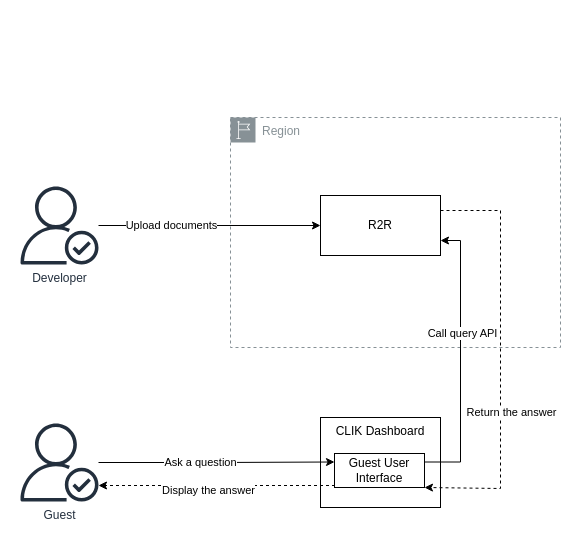
Above: page "Page-1" (1 of 5) of Help Center Buddy.drawio in yaohuiwu/SimpleFS (draw.io), before the change. Source tidied: cells renumbered, new cells numbered last; positions are measured from the earlier drawing's top-left corner, leaving out a move shared by most shapes. Both pictures are drawn from the tidied source at 100%, with x=0, y=0 at pixel (20, 117).
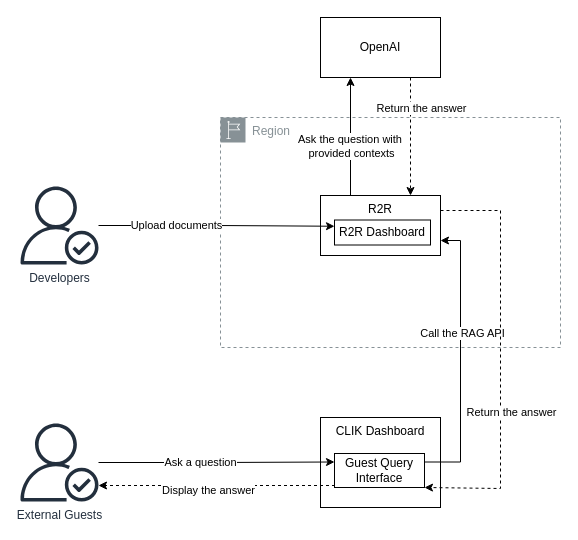
The same diagram, later.

The change refers to these unchanged cells:
```xml
<mxCell id="13" style="edgeStyle=orthogonalEdgeStyle;rounded=0;jettySize=auto;html=1;exitX=1;exitY=0.25;exitDx=0;exitDy=0;entryX=1;entryY=0.75;entryDx=0;entryDy=0;" parent="1" edge="1" source="15" target="3">
  <mxGeometry relative="1" as="geometry" />
</mxCell>
```

The edit, as a diff of the source:
```diff
@@
     <mxCell id="2" value="Region" style="sketch=0;gradientColor=none;html=1;whiteSpace=wrap;fontSize=12;fontStyle=0;shape=mxgraph.aws4.group;grIcon=mxgraph.aws4.group_region;strokeColor=#879196;fillColor=none;verticalAlign=top;align=left;spacingLeft=30;fontColor=#879196;dashed=1;" parent="1" vertex="1">
-      <mxGeometry x="210" width="330" height="230" as="geometry" />
+      <mxGeometry x="200" width="340" height="230" as="geometry" />
     </mxCell>
+    <mxCell id="18" style="edgeStyle=orthogonalEdgeStyle;rounded=0;jettySize=auto;html=1;exitX=0.25;exitY=0;exitDx=0;exitDy=0;entryX=0.25;entryY=1;entryDx=0;entryDy=0;" parent="1" edge="1" source="3" target="22">
+      <mxGeometry relative="1" as="geometry" />
+    </mxCell>
+    <mxCell id="19" value="Ask the question with&amp;nbsp;&lt;div&gt;provided contexts&lt;/div&gt;" style="edgeLabel;html=1;align=center;verticalAlign=middle;" parent="18" vertex="1">
+      <mxGeometry x="-0.15" relative="1" as="geometry" />
+    </mxCell>
-    <mxCell id="3" value="R2R" style="rounded=0;whiteSpace=wrap;html=1;verticalAlign=middle;" parent="1" vertex="1">
+    <mxCell id="3" value="R2R" style="rounded=0;whiteSpace=wrap;html=1;verticalAlign=top;" parent="1" vertex="1">
       <mxGeometry x="300" y="78" width="120" height="60" as="geometry" />
     </mxCell>
@@
-    <mxCell id="7" style="edgeStyle=orthogonalEdgeStyle;rounded=0;jettySize=auto;html=1;entryX=0;entryY=0.5;entryDx=0;entryDy=0;" parent="1" edge="1" source="9" target="3">
+    <mxCell id="7" style="edgeStyle=orthogonalEdgeStyle;rounded=0;jettySize=auto;html=1;entryX=0;entryY=0.25;entryDx=0;entryDy=0;" parent="1" edge="1" source="9" target="23">
       <mxGeometry relative="1" as="geometry" />
     </mxCell>
@@
-    <mxCell id="9" value="Developer" style="sketch=0;outlineConnect=0;fontColor=#232F3E;gradientColor=none;fillColor=#232F3D;strokeColor=none;dashed=0;verticalLabelPosition=bottom;verticalAlign=top;align=center;html=1;fontSize=12;fontStyle=0;shape=mxgraph.aws4.authenticated_user;" parent="1" vertex="1">
+    <mxCell id="9" value="Developers" style="sketch=0;outlineConnect=0;fontColor=#232F3E;gradientColor=none;fillColor=#232F3D;strokeColor=none;dashed=0;verticalLabelPosition=bottom;verticalAlign=top;align=center;html=1;fontSize=12;fontStyle=0;shape=mxgraph.aws4.authenticated_user;" parent="1" vertex="1">
       <mxGeometry y="69" width="78" height="78" as="geometry" />
     </mxCell>
@@
-    <mxCell id="12" value="Guest" style="sketch=0;outlineConnect=0;fontColor=#232F3E;gradientColor=none;fillColor=#232F3D;strokeColor=none;dashed=0;verticalLabelPosition=bottom;verticalAlign=top;align=center;html=1;fontSize=12;fontStyle=0;shape=mxgraph.aws4.authenticated_user;" parent="1" vertex="1">
+    <mxCell id="12" value="External Guests" style="sketch=0;outlineConnect=0;fontColor=#232F3E;gradientColor=none;fillColor=#232F3D;strokeColor=none;dashed=0;verticalLabelPosition=bottom;verticalAlign=top;align=center;html=1;fontSize=12;fontStyle=0;shape=mxgraph.aws4.authenticated_user;" parent="1" vertex="1">
       <mxGeometry y="306" width="78" height="78" as="geometry" />
     </mxCell>
@@
-    <mxCell id="14" value="Call query API" style="edgeLabel;html=1;align=center;verticalAlign=middle;" parent="13" vertex="1">
+    <mxCell id="14" value="Call the RAG API" style="edgeLabel;html=1;align=center;verticalAlign=middle;" parent="13" vertex="1">
       <mxGeometry x="0.19" y="-1" relative="1" as="geometry" />
     </mxCell>
-    <mxCell id="15" value="Guest User Interface" style="rounded=0;whiteSpace=wrap;html=1;" parent="1" vertex="1">
+    <mxCell id="15" value="Guest Query Interface" style="rounded=0;whiteSpace=wrap;html=1;" parent="1" vertex="1">
       <mxGeometry x="314" y="336" width="90" height="34" as="geometry" />
     </mxCell>
@@
+    <mxCell id="20" style="edgeStyle=orthogonalEdgeStyle;rounded=0;jettySize=auto;html=1;exitX=0.75;exitY=1;exitDx=0;exitDy=0;entryX=0.75;entryY=0;entryDx=0;entryDy=0;dashed=1;" parent="1" edge="1" source="22" target="3">
+      <mxGeometry relative="1" as="geometry" />
+    </mxCell>
+    <mxCell id="21" value="Return the answer" style="edgeLabel;html=1;align=center;verticalAlign=middle;" parent="20" vertex="1">
+      <mxGeometry x="0.05" y="-2" relative="1" as="geometry">
+        <mxPoint x="12" y="-32" as="offset" />
+      </mxGeometry>
+    </mxCell>
+    <mxCell id="22" value="OpenAI" style="rounded=0;whiteSpace=wrap;html=1;" parent="1" vertex="1">
+      <mxGeometry x="300" y="-100" width="120" height="60" as="geometry" />
+    </mxCell>
+    <mxCell id="23" value="R2R Dashboard" style="rounded=0;whiteSpace=wrap;html=1;" parent="1" vertex="1">
+      <mxGeometry x="314" y="102.5" width="96" height="25" as="geometry" />
+    </mxCell>
```
